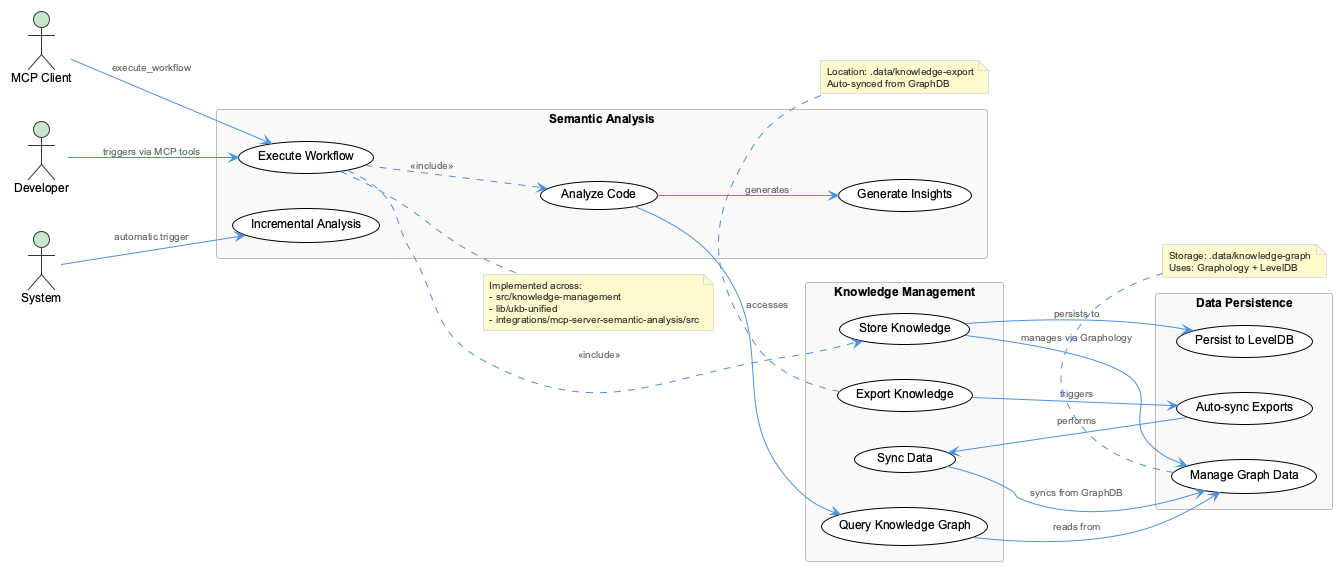
Earlier version of the PlantUML export knowledge-management/insights/images/coding-workflow-use-cases.png (fwornle/coding).
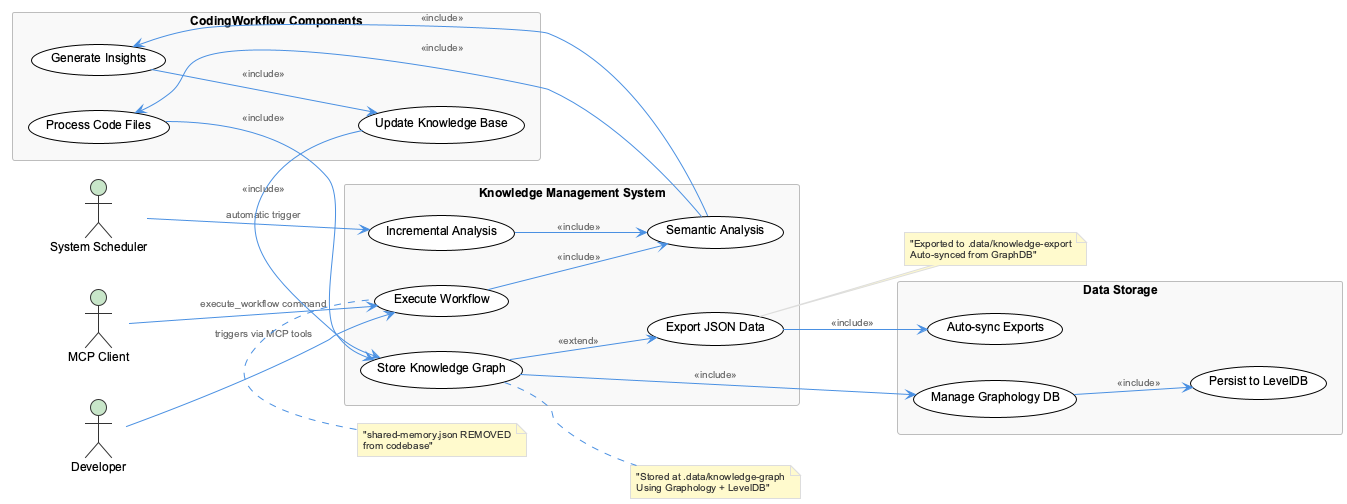
The same diagram one commit later.

The edit, as a diff of the source:
```diff
@@ -3,62 +3,50 @@
 
 left to right direction
 
-actor "Developer" as dev
-actor "MCP Client" as mcp
-actor "System" as sys
+actor "Developer" as DEV
+actor "MCP Client" as MCP
+actor "System Scheduler" as SYS
 
-rectangle "Knowledge Management" {
-    usecase "Store Knowledge" as store
-    usecase "Query Knowledge Graph" as query
-    usecase "Export Knowledge" as export
-    usecase "Sync Data" as sync
+rectangle "Knowledge Management System" {
+  usecase "Execute Workflow" as UC1
+  usecase "Incremental Analysis" as UC2
+  usecase "Store Knowledge Graph" as UC3
+  usecase "Export JSON Data" as UC4
+  usecase "Semantic Analysis" as UC5
 }
 
-rectangle "Semantic Analysis" {
-    usecase "Execute Workflow" as execute
-    usecase "Analyze Code" as analyze
-    usecase "Generate Insights" as insights
-    usecase "Incremental Analysis" as incremental
+rectangle "Data Storage" {
+  usecase "Manage Graphology DB" as UC6
+  usecase "Persist to LevelDB" as UC7
+  usecase "Auto-sync Exports" as UC8
 }
 
-rectangle "Data Persistence" {
-    usecase "Persist to LevelDB" as leveldb
-    usecase "Manage Graph Data" as graphdata
-    usecase "Auto-sync Exports" as autosync
+rectangle "CodingWorkflow Components" {
+  usecase "Process Code Files" as UC9
+  usecase "Generate Insights" as UC10
+  usecase "Update Knowledge Base" as UC11
 }
 
-dev --> execute : triggers via MCP tools
-mcp --> execute : execute_workflow
-sys --> incremental : automatic trigger
+DEV --> UC1 : triggers via MCP tools
+MCP --> UC1 : execute_workflow command
+SYS --> UC2 : automatic trigger
 
-execute ..> analyze : <<include>>
-execute ..> store : <<include>>
-analyze --> insights : generates
-analyze --> query : accesses
+UC1 --> UC5 : <<include>>
+UC2 --> UC5 : <<include>>
+UC5 --> UC9 : <<include>>
+UC5 --> UC10 : <<include>>
 
-store --> leveldb : persists to
-store --> graphdata : manages via Graphology
-query --> graphdata : reads from
+UC9 --> UC3 : <<include>>
+UC10 --> UC11 : <<include>>
+UC11 --> UC3 : <<include>>
 
-export --> autosync : triggers
-autosync --> sync : performs
-sync --> graphdata : syncs from GraphDB
+UC3 --> UC6 : <<include>>
+UC6 --> UC7 : <<include>>
+UC3 --> UC4 : <<extend>>
+UC4 --> UC8 : <<include>>
 
-note right of execute
-  Implemented across:
-  - src/knowledge-management
-  - lib/ukb-unified
-  - integrations/mcp-server-semantic-analysis/src
-end note
-
-note bottom of graphdata
-  Storage: .data/knowledge-graph
-  Uses: Graphology + LevelDB
-end note
-
-note bottom of export
-  Location: .data/knowledge-export
-  Auto-synced from GraphDB
-end note
+note right of UC3 : "Stored at .data/knowledge-graph\nUsing Graphology + LevelDB"
+note right of UC4 : "Exported to .data/knowledge-export\nAuto-synced from GraphDB"
+note top of UC1 : "shared-memory.json REMOVED\nfrom codebase"
 
 @enduml
```
